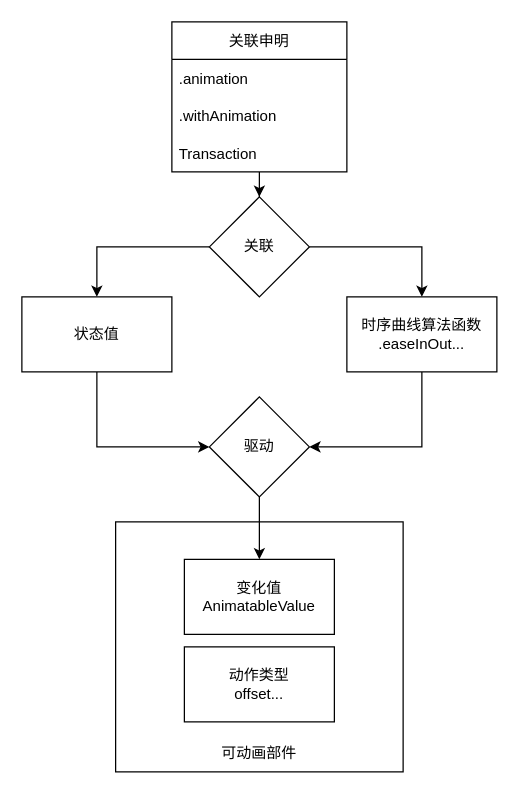
This is SwiftUIAnimation.drawio from jyrnan/Diagram, a draw.io file, before an edit. Source tidied: cells renumbered, new cells numbered last; positions are measured from the earlier drawing's top-left corner, leaving out a move shared by most shapes. Both pictures are drawn from the tidied source at 125%, with x=0, y=0 at pixel (21, 21).
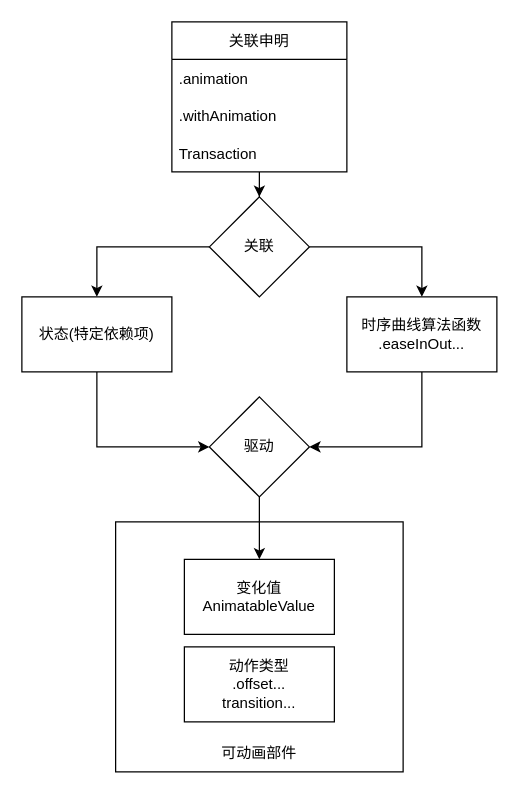
After the change.

Change to the diagram source:
```diff
@@
 <mxGraphModel>
   <root>
     <mxCell id="0" />
     <mxCell id="1" parent="0" />
     <mxCell id="2" style="rounded=0;whiteSpace=wrap;html=1;" parent="1" vertex="1">
       <mxGeometry x="75" y="400" width="230" height="200" as="geometry" />
     </mxCell>
     <mxCell id="3" style="edgeStyle=orthogonalEdgeStyle;rounded=0;jettySize=auto;html=1;" parent="1" edge="1" source="4" target="16">
       <mxGeometry relative="1" as="geometry" />
     </mxCell>
     <mxCell id="4" value="关联申明" style="swimlane;fontStyle=0;horizontal=1;startSize=30;" parent="1" vertex="1">
       <mxGeometry x="120" width="140" height="120" as="geometry" />
     </mxCell>
     <mxCell id="5" value=".animation" style="text;strokeColor=none;fillColor=none;align=left;verticalAlign=middle;spacingLeft=4;spacingRight=4;overflow=hidden;" parent="4" vertex="1">
       <mxGeometry y="30" width="140" height="30" as="geometry" />
     </mxCell>
     <mxCell id="6" value=".withAnimation" style="text;strokeColor=none;fillColor=none;align=left;verticalAlign=middle;spacingLeft=4;spacingRight=4;overflow=hidden;" parent="4" vertex="1">
       <mxGeometry y="60" width="140" height="30" as="geometry" />
     </mxCell>
     <mxCell id="7" value="Transaction" style="text;strokeColor=none;fillColor=none;align=left;verticalAlign=middle;spacingLeft=4;spacingRight=4;overflow=hidden;" parent="4" vertex="1">
       <mxGeometry y="90" width="140" height="30" as="geometry" />
     </mxCell>
     <mxCell id="8" style="edgeStyle=orthogonalEdgeStyle;rounded=0;jettySize=auto;html=1;exitX=0.5;exitY=1;exitDx=0;exitDy=0;entryX=0;entryY=0.5;entryDx=0;entryDy=0;" parent="1" edge="1" source="9" target="18">
       <mxGeometry relative="1" as="geometry" />
     </mxCell>
-    <mxCell id="9" value="状态值" style="rounded=0;whiteSpace=wrap;html=1;" parent="1" vertex="1">
+    <mxCell id="9" value="状态(&lt;span style=&quot;font-size: 12px; text-align: start;&quot;&gt;特定依赖项)&lt;/span&gt;" style="rounded=0;whiteSpace=wrap;html=1;fontSize=12;fontFamily=Helvetica;" parent="1" vertex="1">
       <mxGeometry y="220" width="120" height="60" as="geometry" />
     </mxCell>
     <mxCell id="10" style="edgeStyle=orthogonalEdgeStyle;rounded=0;jettySize=auto;html=1;exitX=0.5;exitY=1;exitDx=0;exitDy=0;entryX=1;entryY=0.5;entryDx=0;entryDy=0;" parent="1" edge="1" source="11" target="18">
       <mxGeometry relative="1" as="geometry" />
     </mxCell>
     <mxCell id="11" value="&lt;span style=&quot;text-align: start;&quot; class=&quot;notion-enable-hover&quot;&gt;时序曲线算法函数&lt;br&gt;.easeInOut...&lt;br&gt;&lt;/span&gt;" style="rounded=0;whiteSpace=wrap;html=1;fontStyle=0;" parent="1" vertex="1">
       <mxGeometry x="260" y="220" width="120" height="60" as="geometry" />
     </mxCell>
     <mxCell id="12" value="变化值&lt;br&gt;AnimatableValue" style="rounded=0;whiteSpace=wrap;html=1;" parent="1" vertex="1">
       <mxGeometry x="130" y="430" width="120" height="60" as="geometry" />
     </mxCell>
-    <mxCell id="13" value="动作类型&lt;br&gt;offset&lt;span style=&quot;white-space: pre;&quot;&gt;...&lt;/span&gt;" style="rounded=0;whiteSpace=wrap;html=1;" parent="1" vertex="1">
+    <mxCell id="13" value="动作类型&lt;br&gt;.offset&lt;span style=&quot;white-space: pre;&quot;&gt;...&lt;br/&gt;transition...&lt;br/&gt;&lt;/span&gt;" style="rounded=0;whiteSpace=wrap;html=1;" parent="1" vertex="1">
       <mxGeometry x="130" y="500" width="120" height="60" as="geometry" />
     </mxCell>
     <mxCell id="14" style="edgeStyle=orthogonalEdgeStyle;rounded=0;jettySize=auto;html=1;entryX=0.5;entryY=0;entryDx=0;entryDy=0;" parent="1" edge="1" source="16" target="9">
       <mxGeometry relative="1" as="geometry" />
     </mxCell>
     <mxCell id="15" style="edgeStyle=orthogonalEdgeStyle;rounded=0;jettySize=auto;html=1;entryX=0.5;entryY=0;entryDx=0;entryDy=0;" parent="1" edge="1" source="16" target="11">
       <mxGeometry relative="1" as="geometry" />
     </mxCell>
     <mxCell id="16" value="关联" style="rhombus;whiteSpace=wrap;html=1;" parent="1" vertex="1">
       <mxGeometry x="150" y="140" width="80" height="80" as="geometry" />
     </mxCell>
     <mxCell id="17" style="edgeStyle=orthogonalEdgeStyle;rounded=0;jettySize=auto;html=1;exitX=0.5;exitY=1;exitDx=0;exitDy=0;entryX=0.5;entryY=0;entryDx=0;entryDy=0;" parent="1" edge="1" source="18" target="12">
       <mxGeometry relative="1" as="geometry" />
     </mxCell>
     <mxCell id="18" value="驱动" style="rhombus;whiteSpace=wrap;html=1;" parent="1" vertex="1">
       <mxGeometry x="150" y="300" width="80" height="80" as="geometry" />
     </mxCell>
     <mxCell id="19" value="可动画部件" style="text;html=1;strokeColor=none;fillColor=none;align=center;verticalAlign=middle;whiteSpace=wrap;rounded=0;" parent="1" vertex="1">
       <mxGeometry x="145" y="570" width="90" height="30" as="geometry" />
     </mxCell>
   </root>
 </mxGraphModel>
```
